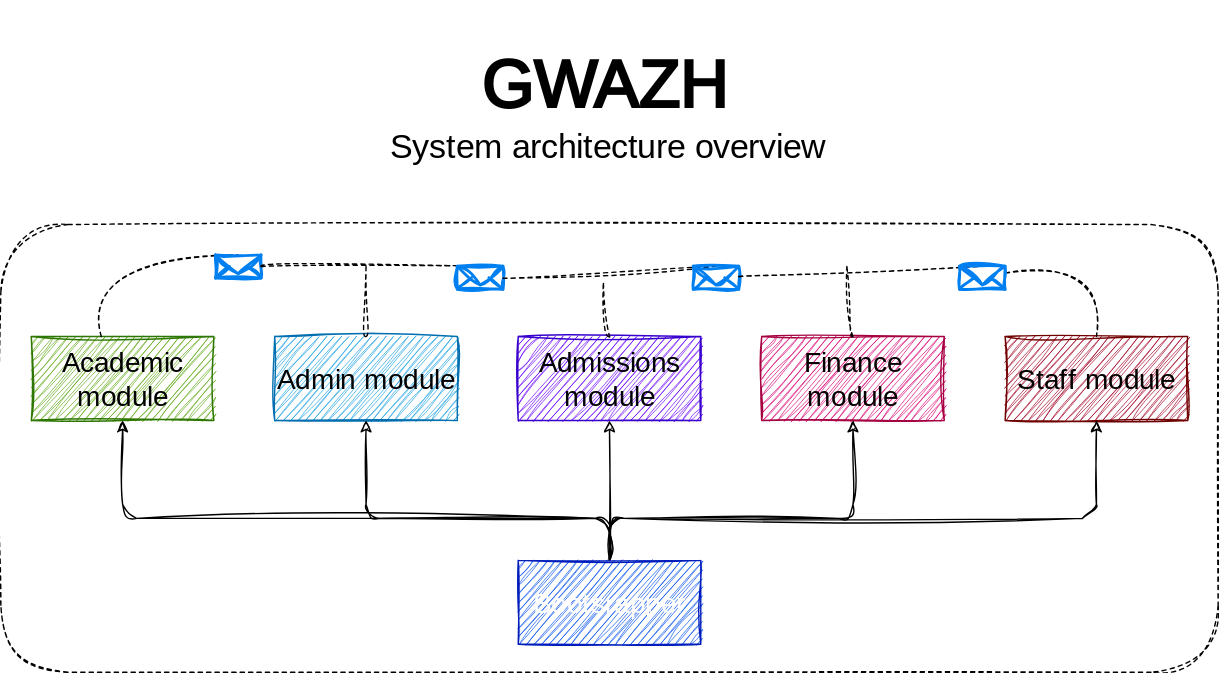
Earlier version of the draw.io export docs/system-overview.svg (vince-nyanga/gwazh-modular-monolith). Source tidied: cells renumbered, new cells last; positions are measured from the earlier drawing's top-left corner, leaving out a move shared by most shapes. The source it was exported from:
```xml
<mxGraphModel>
  <root>
    <mxCell id="0" />
    <mxCell id="1" parent="0" />
    <mxCell id="2" value="&lt;h1&gt;GWAZH&lt;/h1&gt;&lt;p&gt;&lt;br&gt;&lt;/p&gt;" style="text;html=1;strokeColor=none;fillColor=none;spacing=5;spacingTop=-20;whiteSpace=wrap;overflow=hidden;rounded=0;dashed=1;sketch=1;hachureGap=4;jiggle=2;curveFitting=1;fontFamily=Architects Daughter;fontSource=https%3A%2F%2Ffonts.googleapis.com%2Fcss%3Ffamily%3DArchitects%2BDaughter;fontSize=24;" parent="1" vertex="1">
      <mxGeometry x="339" width="190" height="80" as="geometry" />
    </mxCell>
    <mxCell id="3" value="System architecture overview" style="text;html=1;strokeColor=none;fillColor=none;align=center;verticalAlign=middle;whiteSpace=wrap;rounded=0;dashed=1;sketch=1;hachureGap=4;jiggle=2;curveFitting=1;fontFamily=Architects Daughter;fontSource=https%3A%2F%2Ffonts.googleapis.com%2Fcss%3Ffamily%3DArchitects%2BDaughter;fontSize=24;" parent="1" vertex="1">
      <mxGeometry x="256" y="80" width="356" height="30" as="geometry" />
    </mxCell>
    <mxCell id="4" style="group;" parent="1" vertex="1">
      <mxGeometry y="150" width="870" height="320" as="geometry" />
    </mxCell>
    <mxCell id="5" style="rounded=1;whiteSpace=wrap;html=1;sketch=1;hachureGap=4;jiggle=2;curveFitting=1;fontFamily=Architects Daughter;fontSource=https%3A%2F%2Ffonts.googleapis.com%2Fcss%3Ffamily%3DArchitects%2BDaughter;fontSize=24;fillColor=none;dashed=1;" parent="4" vertex="1">
      <mxGeometry width="870" height="320" as="geometry" />
    </mxCell>
    <mxCell id="6" style="group;" parent="4" vertex="1">
      <mxGeometry x="21.8" y="20" width="826.5" height="280" as="geometry" />
    </mxCell>
    <mxCell id="7" value="&lt;font color=&quot;#000000&quot;&gt;Academic module&lt;/font&gt;" style="rounded=0;whiteSpace=wrap;html=1;sketch=1;hachureGap=4;jiggle=2;curveFitting=1;fontFamily=Architects Daughter;fontSource=https%3A%2F%2Ffonts.googleapis.com%2Fcss%3Ffamily%3DArchitects%2BDaughter;fontSize=20;fillColor=#60a917;fontColor=#ffffff;strokeColor=#2D7600;" parent="6" vertex="1">
      <mxGeometry y="60" width="130.5" height="60" as="geometry" />
    </mxCell>
    <mxCell id="8" value="&lt;font color=&quot;#000000&quot;&gt;Admissions module&lt;/font&gt;" style="rounded=0;whiteSpace=wrap;html=1;sketch=1;hachureGap=4;jiggle=2;curveFitting=1;fontFamily=Architects Daughter;fontSource=https%3A%2F%2Ffonts.googleapis.com%2Fcss%3Ffamily%3DArchitects%2BDaughter;fontSize=20;fillColor=#6a00ff;fontColor=#ffffff;strokeColor=#3700CC;" parent="6" vertex="1">
      <mxGeometry x="348" y="60" width="130.5" height="60" as="geometry" />
    </mxCell>
    <mxCell id="9" value="&lt;font color=&quot;#000000&quot;&gt;Finance module&lt;/font&gt;" style="rounded=0;whiteSpace=wrap;html=1;sketch=1;hachureGap=4;jiggle=2;curveFitting=1;fontFamily=Architects Daughter;fontSource=https%3A%2F%2Ffonts.googleapis.com%2Fcss%3Ffamily%3DArchitects%2BDaughter;fontSize=20;fillColor=#d80073;fontColor=#ffffff;strokeColor=#A50040;" parent="6" vertex="1">
      <mxGeometry x="522" y="60" width="130.5" height="60" as="geometry" />
    </mxCell>
    <mxCell id="10" value="&lt;font color=&quot;#000000&quot;&gt;Staff module&lt;/font&gt;" style="rounded=0;whiteSpace=wrap;html=1;sketch=1;hachureGap=4;jiggle=2;curveFitting=1;fontFamily=Architects Daughter;fontSource=https%3A%2F%2Ffonts.googleapis.com%2Fcss%3Ffamily%3DArchitects%2BDaughter;fontSize=20;fillColor=#a20025;fontColor=#ffffff;strokeColor=#6F0000;" parent="6" vertex="1">
      <mxGeometry x="696" y="60" width="130.5" height="60" as="geometry" />
    </mxCell>
    <mxCell id="11" value="&lt;font color=&quot;#000000&quot;&gt;Admin module&lt;/font&gt;" style="rounded=0;whiteSpace=wrap;html=1;sketch=1;hachureGap=4;jiggle=2;curveFitting=1;fontFamily=Architects Daughter;fontSource=https%3A%2F%2Ffonts.googleapis.com%2Fcss%3Ffamily%3DArchitects%2BDaughter;fontSize=20;fillColor=#1ba1e2;fontColor=#ffffff;strokeColor=#006EAF;" parent="6" vertex="1">
      <mxGeometry x="174" y="60" width="130.5" height="60" as="geometry" />
    </mxCell>
    <mxCell id="12" style="edgeStyle=none;sketch=1;hachureGap=4;jiggle=2;curveFitting=1;html=1;entryX=0.5;entryY=1;entryDx=0;entryDy=0;fontFamily=Architects Daughter;fontSource=https%3A%2F%2Ffonts.googleapis.com%2Fcss%3Ffamily%3DArchitects%2BDaughter;fontSize=16;exitX=0.5;exitY=0;exitDx=0;exitDy=0;" parent="6" edge="1" source="17" target="7">
      <mxGeometry relative="1" as="geometry">
        <Array as="points">
          <mxPoint x="413.2" y="190" />
          <mxPoint x="65.2" y="190" />
        </Array>
      </mxGeometry>
    </mxCell>
    <mxCell id="13" style="edgeStyle=none;sketch=1;hachureGap=4;jiggle=2;curveFitting=1;html=1;entryX=0.5;entryY=1;entryDx=0;entryDy=0;fontFamily=Architects Daughter;fontSource=https%3A%2F%2Ffonts.googleapis.com%2Fcss%3Ffamily%3DArchitects%2BDaughter;fontSize=16;exitX=0.5;exitY=0;exitDx=0;exitDy=0;" parent="6" edge="1" source="17" target="11">
      <mxGeometry relative="1" as="geometry">
        <Array as="points">
          <mxPoint x="413.2" y="190" />
          <mxPoint x="239.2" y="190" />
        </Array>
      </mxGeometry>
    </mxCell>
    <mxCell id="14" style="edgeStyle=none;sketch=1;hachureGap=4;jiggle=2;curveFitting=1;html=1;entryX=0.5;entryY=1;entryDx=0;entryDy=0;fontFamily=Architects Daughter;fontSource=https%3A%2F%2Ffonts.googleapis.com%2Fcss%3Ffamily%3DArchitects%2BDaughter;fontSize=16;" parent="6" edge="1" source="17" target="8">
      <mxGeometry relative="1" as="geometry" />
    </mxCell>
    <mxCell id="15" style="edgeStyle=none;sketch=1;hachureGap=4;jiggle=2;curveFitting=1;html=1;entryX=0.5;entryY=1;entryDx=0;entryDy=0;fontFamily=Architects Daughter;fontSource=https%3A%2F%2Ffonts.googleapis.com%2Fcss%3Ffamily%3DArchitects%2BDaughter;fontSize=16;exitX=0.5;exitY=0;exitDx=0;exitDy=0;" parent="6" edge="1" source="17" target="9">
      <mxGeometry relative="1" as="geometry">
        <Array as="points">
          <mxPoint x="413.2" y="190" />
          <mxPoint x="587.3" y="190" />
        </Array>
      </mxGeometry>
    </mxCell>
    <mxCell id="16" style="edgeStyle=none;sketch=1;hachureGap=4;jiggle=2;curveFitting=1;html=1;entryX=0.5;entryY=1;entryDx=0;entryDy=0;fontFamily=Architects Daughter;fontSource=https%3A%2F%2Ffonts.googleapis.com%2Fcss%3Ffamily%3DArchitects%2BDaughter;fontSize=16;exitX=0.5;exitY=0;exitDx=0;exitDy=0;" parent="6" edge="1" source="17" target="10">
      <mxGeometry relative="1" as="geometry">
        <Array as="points">
          <mxPoint x="413.2" y="190" />
          <mxPoint x="761.2" y="190" />
        </Array>
      </mxGeometry>
    </mxCell>
    <mxCell id="17" value="Bootsrapper" style="rounded=0;whiteSpace=wrap;html=1;sketch=1;hachureGap=4;jiggle=2;curveFitting=1;fontFamily=Architects Daughter;fontSource=https%3A%2F%2Ffonts.googleapis.com%2Fcss%3Ffamily%3DArchitects%2BDaughter;fontSize=20;fillColor=#0050ef;strokeColor=#001DBC;fontColor=#ffffff;" parent="6" vertex="1">
      <mxGeometry x="348" y="220" width="130.5" height="60" as="geometry" />
    </mxCell>
    <mxCell id="18" style="endArrow=none;dashed=1;html=1;sketch=1;hachureGap=4;jiggle=2;curveFitting=1;fontFamily=Architects Daughter;fontSource=https%3A%2F%2Ffonts.googleapis.com%2Fcss%3Ffamily%3DArchitects%2BDaughter;fontSize=24;curved=1;entryX=0.5;entryY=0;entryDx=0;entryDy=0;startArrow=none;" parent="6" edge="1" source="29" target="10">
      <mxGeometry relative="1" as="geometry">
        <Array as="points">
          <mxPoint x="767.8" />
        </Array>
      </mxGeometry>
    </mxCell>
    <mxCell id="19" style="endArrow=none;dashed=1;html=1;sketch=1;hachureGap=4;jiggle=2;curveFitting=1;fontFamily=Architects Daughter;fontSource=https%3A%2F%2Ffonts.googleapis.com%2Fcss%3Ffamily%3DArchitects%2BDaughter;fontSize=24;curved=1;exitX=0.5;exitY=0;exitDx=0;exitDy=0;" parent="6" edge="1" source="11">
      <mxGeometry relative="1" as="geometry">
        <mxPoint x="239.2" y="10" as="targetPoint" />
      </mxGeometry>
    </mxCell>
    <mxCell id="20" style="endArrow=none;dashed=1;html=1;sketch=1;hachureGap=4;jiggle=2;curveFitting=1;fontFamily=Architects Daughter;fontSource=https%3A%2F%2Ffonts.googleapis.com%2Fcss%3Ffamily%3DArchitects%2BDaughter;fontSize=24;curved=1;exitX=0.5;exitY=0;exitDx=0;exitDy=0;" parent="6" edge="1" source="8">
      <mxGeometry relative="1" as="geometry">
        <mxPoint x="408.9" y="20" as="targetPoint" />
      </mxGeometry>
    </mxCell>
    <mxCell id="21" style="endArrow=none;dashed=1;html=1;sketch=1;hachureGap=4;jiggle=2;curveFitting=1;fontFamily=Architects Daughter;fontSource=https%3A%2F%2Ffonts.googleapis.com%2Fcss%3Ffamily%3DArchitects%2BDaughter;fontSize=24;curved=1;exitX=0.5;exitY=0;exitDx=0;exitDy=0;" parent="6" edge="1" source="9">
      <mxGeometry relative="1" as="geometry">
        <mxPoint x="582.9" y="10" as="targetPoint" />
      </mxGeometry>
    </mxCell>
    <mxCell id="22" style="endArrow=none;dashed=1;html=1;sketch=1;hachureGap=4;jiggle=2;curveFitting=1;fontFamily=Architects Daughter;fontSource=https%3A%2F%2Ffonts.googleapis.com%2Fcss%3Ffamily%3DArchitects%2BDaughter;fontSize=24;curved=1;entryX=0.5;entryY=0;entryDx=0;entryDy=0;" parent="6" edge="1" target="23">
      <mxGeometry relative="1" as="geometry">
        <mxPoint x="50" y="60" as="sourcePoint" />
        <Array as="points">
          <mxPoint x="39.2" />
        </Array>
      </mxGeometry>
    </mxCell>
    <mxCell id="23" style="html=1;verticalLabelPosition=bottom;align=center;labelBackgroundColor=#ffffff;verticalAlign=top;strokeWidth=2;strokeColor=#0080F0;shadow=0;dashed=0;shape=mxgraph.ios7.icons.mail;sketch=1;hachureGap=4;jiggle=2;curveFitting=1;fontFamily=Architects Daughter;fontSource=https%3A%2F%2Ffonts.googleapis.com%2Fcss%3Ffamily%3DArchitects%2BDaughter;fontSize=24;fillColor=none;" parent="6" vertex="1">
      <mxGeometry x="131.6" y="1.8" width="32.6" height="16.5" as="geometry" />
    </mxCell>
    <mxCell id="24" style="endArrow=none;dashed=1;html=1;sketch=1;hachureGap=4;jiggle=2;curveFitting=1;fontFamily=Architects Daughter;fontSource=https%3A%2F%2Ffonts.googleapis.com%2Fcss%3Ffamily%3DArchitects%2BDaughter;fontSize=24;curved=1;entryX=0.5;entryY=0;entryDx=0;entryDy=0;startArrow=none;" parent="6" edge="1" source="23" target="25">
      <mxGeometry relative="1" as="geometry" />
    </mxCell>
    <mxCell id="25" style="html=1;verticalLabelPosition=bottom;align=center;labelBackgroundColor=#ffffff;verticalAlign=top;strokeWidth=2;strokeColor=#0080F0;shadow=0;dashed=0;shape=mxgraph.ios7.icons.mail;sketch=1;hachureGap=4;jiggle=2;curveFitting=1;fontFamily=Architects Daughter;fontSource=https%3A%2F%2Ffonts.googleapis.com%2Fcss%3Ffamily%3DArchitects%2BDaughter;fontSize=24;fillColor=none;" parent="6" vertex="1">
      <mxGeometry x="304.5" y="9.8" width="32.6" height="16.5" as="geometry" />
    </mxCell>
    <mxCell id="26" style="endArrow=none;dashed=1;html=1;sketch=1;hachureGap=4;jiggle=2;curveFitting=1;fontFamily=Architects Daughter;fontSource=https%3A%2F%2Ffonts.googleapis.com%2Fcss%3Ffamily%3DArchitects%2BDaughter;fontSize=24;curved=1;entryX=0.5;entryY=0;entryDx=0;entryDy=0;startArrow=none;" parent="6" edge="1" source="25" target="27">
      <mxGeometry relative="1" as="geometry">
        <Array as="points">
          <mxPoint x="398" y="20" />
        </Array>
      </mxGeometry>
    </mxCell>
    <mxCell id="27" style="html=1;verticalLabelPosition=bottom;align=center;labelBackgroundColor=#ffffff;verticalAlign=top;strokeWidth=2;strokeColor=#0080F0;shadow=0;dashed=0;shape=mxgraph.ios7.icons.mail;sketch=1;hachureGap=4;jiggle=2;curveFitting=1;fontFamily=Architects Daughter;fontSource=https%3A%2F%2Ffonts.googleapis.com%2Fcss%3Ffamily%3DArchitects%2BDaughter;fontSize=24;fillColor=none;" parent="6" vertex="1">
      <mxGeometry x="473.1" y="9.8" width="32.6" height="16.5" as="geometry" />
    </mxCell>
    <mxCell id="28" style="endArrow=none;dashed=1;html=1;sketch=1;hachureGap=4;jiggle=2;curveFitting=1;fontFamily=Architects Daughter;fontSource=https%3A%2F%2Ffonts.googleapis.com%2Fcss%3Ffamily%3DArchitects%2BDaughter;fontSize=24;curved=1;entryX=0.5;entryY=0;entryDx=0;entryDy=0;startArrow=none;" parent="6" edge="1" source="27" target="29">
      <mxGeometry relative="1" as="geometry" />
    </mxCell>
    <mxCell id="29" style="html=1;verticalLabelPosition=bottom;align=center;labelBackgroundColor=#ffffff;verticalAlign=top;strokeWidth=2;strokeColor=#0080F0;shadow=0;dashed=0;shape=mxgraph.ios7.icons.mail;sketch=1;hachureGap=4;jiggle=2;curveFitting=1;fontFamily=Architects Daughter;fontSource=https%3A%2F%2Ffonts.googleapis.com%2Fcss%3Ffamily%3DArchitects%2BDaughter;fontSize=24;fillColor=none;" parent="6" vertex="1">
      <mxGeometry x="663.4" y="9.8" width="32.6" height="16.5" as="geometry" />
    </mxCell>
  </root>
</mxGraphModel>
```
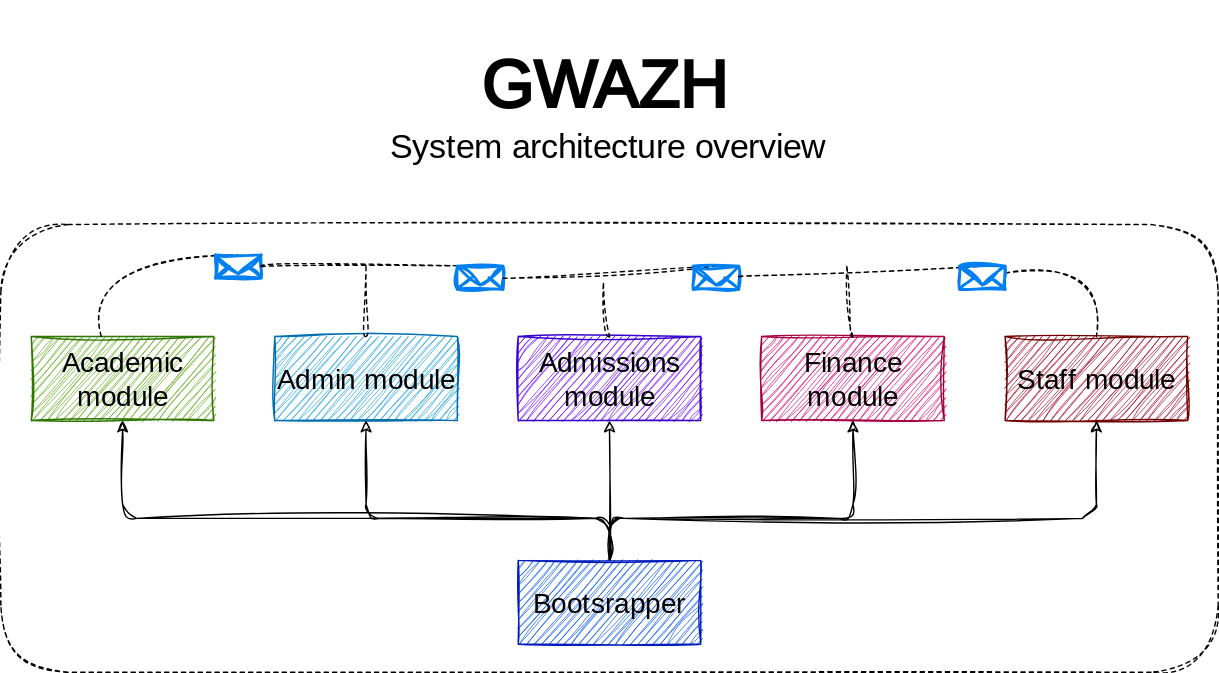
After the change.

Diff of the diagram source:
```diff
@@ -67,7 +67,7 @@
         </Array>
       </mxGeometry>
     </mxCell>
-    <mxCell id="17" value="Bootsrapper" style="rounded=0;whiteSpace=wrap;html=1;sketch=1;hachureGap=4;jiggle=2;curveFitting=1;fontFamily=Architects Daughter;fontSource=https%3A%2F%2Ffonts.googleapis.com%2Fcss%3Ffamily%3DArchitects%2BDaughter;fontSize=20;fillColor=#0050ef;strokeColor=#001DBC;fontColor=#ffffff;" parent="6" vertex="1">
+    <mxCell id="17" value="&lt;font color=&quot;#000000&quot;&gt;Bootsrapper&lt;/font&gt;" style="rounded=0;whiteSpace=wrap;html=1;sketch=1;hachureGap=4;jiggle=2;curveFitting=1;fontFamily=Architects Daughter;fontSource=https%3A%2F%2Ffonts.googleapis.com%2Fcss%3Ffamily%3DArchitects%2BDaughter;fontSize=20;fillColor=#0050ef;strokeColor=#001DBC;fontColor=#ffffff;" parent="6" vertex="1">
       <mxGeometry x="348" y="220" width="130.5" height="60" as="geometry" />
     </mxCell>
     <mxCell id="18" style="endArrow=none;dashed=1;html=1;sketch=1;hachureGap=4;jiggle=2;curveFitting=1;fontFamily=Architects Daughter;fontSource=https%3A%2F%2Ffonts.googleapis.com%2Fcss%3Ffamily%3DArchitects%2BDaughter;fontSize=24;curved=1;entryX=0.5;entryY=0;entryDx=0;entryDy=0;startArrow=none;" parent="6" edge="1" source="29" target="10">
```
